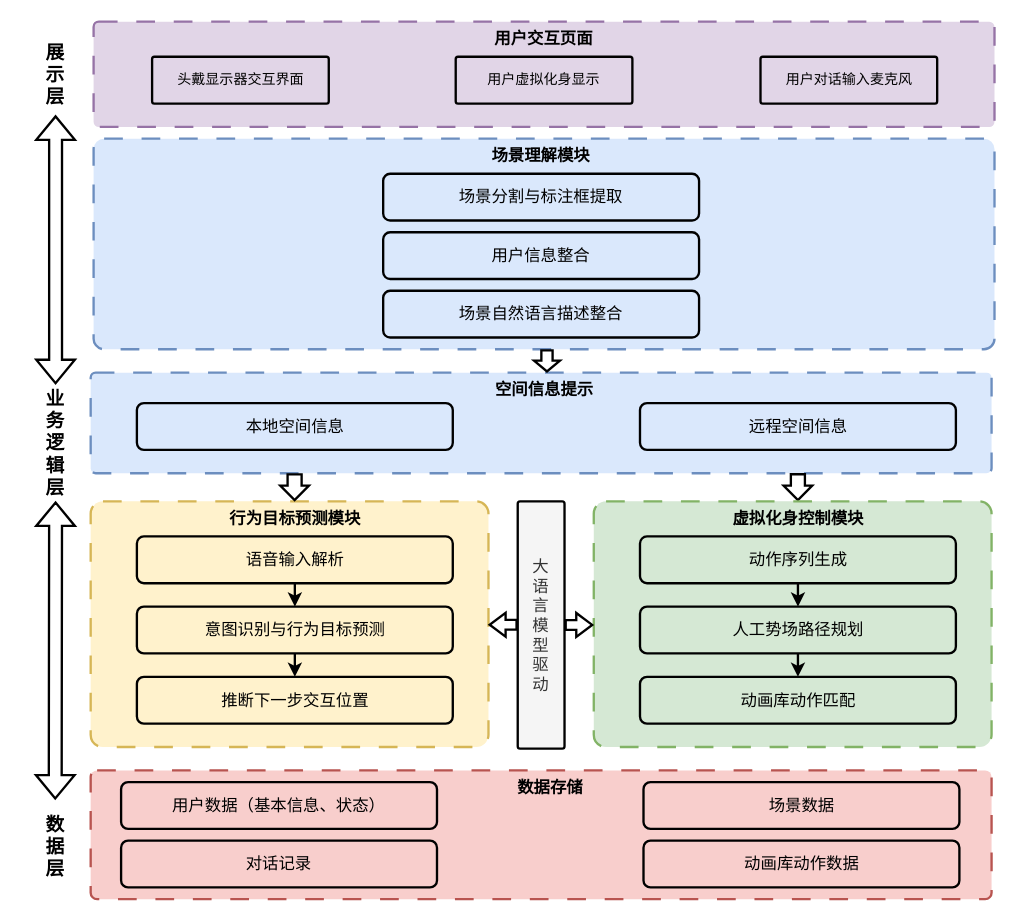
Before: 系统设计图.drawio in Rinco1018/project_test, a draw.io diagram. Source tidied: cells renumbered, new cells numbered last; positions are measured from the earlier drawing's top-left corner, leaving out a move shared by most shapes. Both pictures are drawn from the tidied source at 117%, with x=0, y=0 at pixel (20, 21).
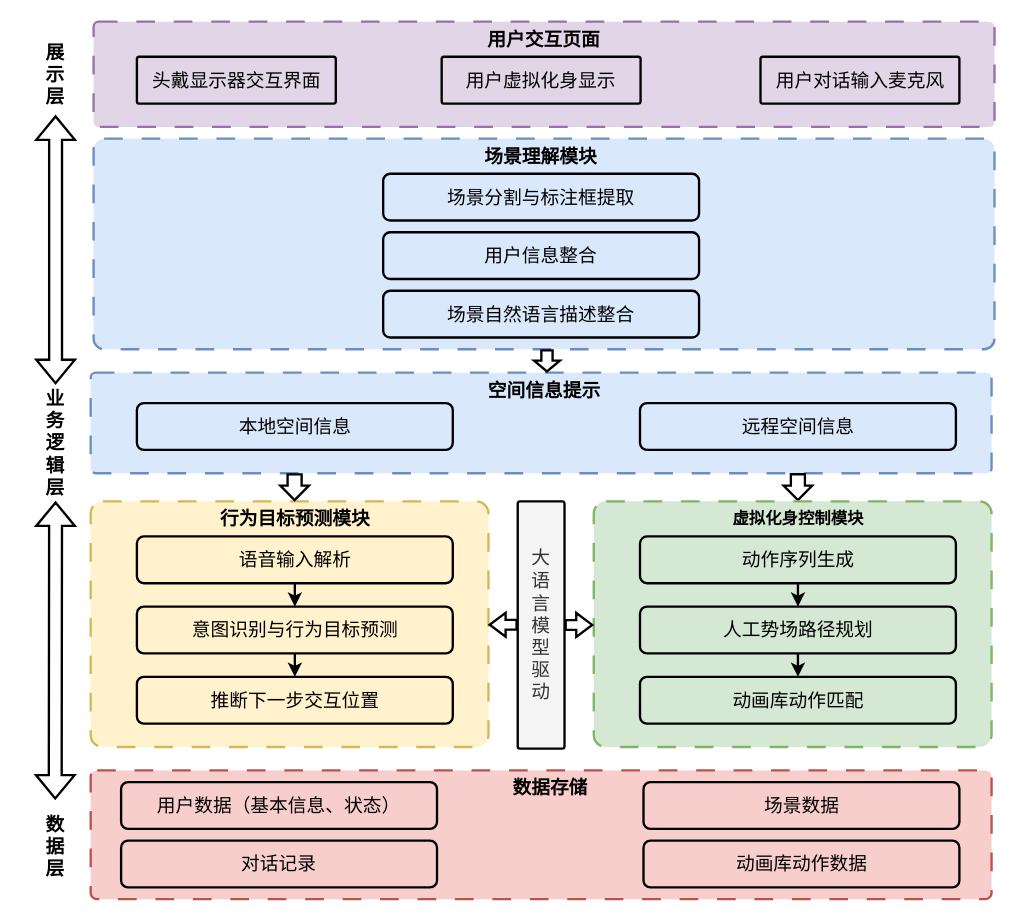
The same page after the edit.

Commit message:
更新系统设计图.drawio

The edit, as a diff of the source:
```diff
@@
-    <mxCell id="4" value="&lt;span style=&quot;font-size: 14px;&quot;&gt;&lt;font face=&quot;黑体&quot;&gt;大&lt;/font&gt;&lt;/span&gt;&lt;div&gt;&lt;span style=&quot;font-size: 14px;&quot;&gt;&lt;font face=&quot;黑体&quot;&gt;语&lt;/font&gt;&lt;/span&gt;&lt;/div&gt;&lt;div&gt;&lt;span style=&quot;font-size: 14px;&quot;&gt;&lt;font face=&quot;黑体&quot;&gt;言&lt;/font&gt;&lt;/span&gt;&lt;/div&gt;&lt;div&gt;&lt;span style=&quot;font-size: 14px;&quot;&gt;&lt;font face=&quot;黑体&quot;&gt;模&lt;/font&gt;&lt;/span&gt;&lt;/div&gt;&lt;div&gt;&lt;span style=&quot;font-size: 14px;&quot;&gt;&lt;font face=&quot;黑体&quot;&gt;型&lt;/font&gt;&lt;/span&gt;&lt;/div&gt;&lt;div&gt;&lt;span style=&quot;font-size: 14px;&quot;&gt;&lt;font face=&quot;黑体&quot;&gt;驱&lt;/font&gt;&lt;/span&gt;&lt;/div&gt;&lt;div&gt;&lt;span style=&quot;font-size: 14px;&quot;&gt;&lt;font face=&quot;黑体&quot;&gt;动&lt;/font&gt;&lt;/span&gt;&lt;/div&gt;" style="rounded=1;arcSize=5;whiteSpace=wrap;html=1;horizontal=1;strokeWidth=2;fillColor=#f5f5f5;fontColor=#333333;strokeColor=default;" parent="1" vertex="1">
+    <mxCell id="4" value="&lt;font style=&quot;font-size: 16px;&quot; face=&quot;黑体&quot;&gt;大&lt;/font&gt;&lt;div&gt;&lt;font style=&quot;font-size: 16px;&quot; face=&quot;黑体&quot;&gt;语&lt;/font&gt;&lt;/div&gt;&lt;div&gt;&lt;font style=&quot;font-size: 16px;&quot; face=&quot;黑体&quot;&gt;言&lt;/font&gt;&lt;/div&gt;&lt;div&gt;&lt;font style=&quot;font-size: 16px;&quot; face=&quot;黑体&quot;&gt;模&lt;/font&gt;&lt;/div&gt;&lt;div&gt;&lt;font style=&quot;font-size: 16px;&quot; face=&quot;黑体&quot;&gt;型&lt;/font&gt;&lt;/div&gt;&lt;div&gt;&lt;font style=&quot;font-size: 16px;&quot; face=&quot;黑体&quot;&gt;驱&lt;/font&gt;&lt;/div&gt;&lt;div&gt;&lt;font style=&quot;font-size: 16px;&quot; face=&quot;黑体&quot;&gt;动&lt;/font&gt;&lt;/div&gt;" style="rounded=1;arcSize=5;whiteSpace=wrap;html=1;horizontal=1;strokeWidth=2;fillColor=#f5f5f5;fontColor=#333333;strokeColor=default;" parent="1" vertex="1">
       <mxGeometry x="425" y="410" width="40" height="211.3" as="geometry" />
     </mxCell>
@@
-    <mxCell id="6" value="&lt;b&gt;&lt;font face=&quot;黑体&quot; style=&quot;font-size: 14px;&quot;&gt;用户交互页面&lt;/font&gt;&lt;/b&gt;" style="text;html=1;align=center;verticalAlign=middle;whiteSpace=wrap;rounded=0;strokeWidth=2;" parent="1" vertex="1">
+    <mxCell id="6" value="&lt;b&gt;&lt;font face=&quot;黑体&quot; style=&quot;font-size: 16px;&quot;&gt;用户交互页面&lt;/font&gt;&lt;/b&gt;" style="text;html=1;align=center;verticalAlign=middle;whiteSpace=wrap;rounded=0;strokeWidth=2;" parent="1" vertex="1">
       <mxGeometry x="390" width="115" height="30" as="geometry" />
     </mxCell>
-    <mxCell id="7" value="&lt;font face=&quot;黑体&quot;&gt;头戴显示器交互界面&lt;/font&gt;" style="rounded=1;arcSize=5;whiteSpace=wrap;html=1;fillColor=none;strokeWidth=2;" parent="1" vertex="1">
-      <mxGeometry x="112.5" y="30" width="151" height="40" as="geometry" />
+    <mxCell id="7" value="&lt;font style=&quot;font-size: 16px;&quot; face=&quot;黑体&quot;&gt;头戴显示器交互界面&lt;/font&gt;" style="rounded=1;arcSize=5;whiteSpace=wrap;html=1;fillColor=none;strokeWidth=2;" parent="1" vertex="1">
+      <mxGeometry x="99.5" y="30" width="170" height="40" as="geometry" />
     </mxCell>
-    <mxCell id="8" value="&lt;font face=&quot;黑体&quot;&gt;用户虚拟化身显示&lt;/font&gt;" style="rounded=1;arcSize=5;whiteSpace=wrap;html=1;fillColor=none;strokeWidth=2;" parent="1" vertex="1">
-      <mxGeometry x="372" y="30" width="151" height="40" as="geometry" />
+    <mxCell id="8" value="&lt;font style=&quot;font-size: 16px;&quot; face=&quot;黑体&quot;&gt;用户虚拟化身显示&lt;/font&gt;" style="rounded=1;arcSize=5;whiteSpace=wrap;html=1;fillColor=none;strokeWidth=2;" parent="1" vertex="1">
+      <mxGeometry x="360" y="30" width="170" height="40" as="geometry" />
     </mxCell>
-    <mxCell id="9" value="&lt;font face=&quot;黑体&quot;&gt;用户对话输入麦克风&lt;/font&gt;" style="rounded=1;arcSize=5;whiteSpace=wrap;html=1;fillColor=none;strokeWidth=2;" parent="1" vertex="1">
-      <mxGeometry x="632.5" y="30" width="151" height="40" as="geometry" />
+    <mxCell id="9" value="&lt;font style=&quot;font-size: 16px;&quot; face=&quot;黑体&quot;&gt;用户对话输入麦克风&lt;/font&gt;" style="rounded=1;arcSize=5;whiteSpace=wrap;html=1;fillColor=none;strokeWidth=2;" parent="1" vertex="1">
+      <mxGeometry x="632.5" y="30" width="170" height="40" as="geometry" />
     </mxCell>
@@
-    <mxCell id="11" value="&lt;font face=&quot;黑体&quot; style=&quot;font-size: 14px;&quot;&gt;场景分割与标注框提取&lt;/font&gt;" style="rounded=1;whiteSpace=wrap;html=1;fillColor=none;strokeWidth=2;" parent="1" vertex="1">
+    <mxCell id="11" value="&lt;font face=&quot;黑体&quot; style=&quot;font-size: 16px;&quot;&gt;场景分割与标注框提取&lt;/font&gt;" style="rounded=1;whiteSpace=wrap;html=1;fillColor=none;strokeWidth=2;" parent="1" vertex="1">
       <mxGeometry x="310" y="130" width="270" height="40" as="geometry" />
     </mxCell>
-    <mxCell id="12" value="&lt;font face=&quot;黑体&quot; style=&quot;font-size: 14px;&quot;&gt;&lt;b&gt;场景理解模块&lt;/b&gt;&lt;/font&gt;" style="text;html=1;align=center;verticalAlign=middle;whiteSpace=wrap;rounded=0;strokeWidth=2;" parent="1" vertex="1">
+    <mxCell id="12" value="&lt;font face=&quot;黑体&quot; style=&quot;font-size: 16px;&quot;&gt;&lt;b style=&quot;&quot;&gt;场景理解模块&lt;/b&gt;&lt;/font&gt;" style="text;html=1;align=center;verticalAlign=middle;whiteSpace=wrap;rounded=0;strokeWidth=2;" parent="1" vertex="1">
       <mxGeometry x="385" y="100" width="120" height="30" as="geometry" />
     </mxCell>
-    <mxCell id="13" value="&lt;font face=&quot;黑体&quot; style=&quot;font-size: 14px;&quot;&gt;用户信息整合&lt;/font&gt;" style="rounded=1;whiteSpace=wrap;html=1;fillColor=none;strokeWidth=2;" parent="1" vertex="1">
+    <mxCell id="13" value="&lt;font face=&quot;黑体&quot; style=&quot;font-size: 16px;&quot;&gt;用户信息整合&lt;/font&gt;" style="rounded=1;whiteSpace=wrap;html=1;fillColor=none;strokeWidth=2;" parent="1" vertex="1">
       <mxGeometry x="310" y="180" width="270" height="40" as="geometry" />
     </mxCell>
-    <mxCell id="14" value="&lt;span style=&quot;font-size: 14px;&quot;&gt;&lt;font face=&quot;黑体&quot;&gt;场景自然语言描述整合&lt;/font&gt;&lt;/span&gt;" style="rounded=1;whiteSpace=wrap;html=1;fillColor=none;strokeWidth=2;" parent="1" vertex="1">
+    <mxCell id="14" value="&lt;font style=&quot;font-size: 16px;&quot; face=&quot;黑体&quot;&gt;场景自然语言描述整合&lt;/font&gt;" style="rounded=1;whiteSpace=wrap;html=1;fillColor=none;strokeWidth=2;" parent="1" vertex="1">
       <mxGeometry x="310" y="230" width="270" height="40" as="geometry" />
     </mxCell>
@@
-    <mxCell id="16" value="&lt;font style=&quot;font-size: 14px;&quot;&gt;本地空间信息&lt;/font&gt;" style="rounded=1;whiteSpace=wrap;html=1;fillColor=none;strokeWidth=2;" parent="1" vertex="1">
+    <mxCell id="16" value="&lt;font style=&quot;font-size: 16px;&quot;&gt;本地空间信息&lt;/font&gt;" style="rounded=1;whiteSpace=wrap;html=1;fillColor=none;strokeWidth=2;" parent="1" vertex="1">
       <mxGeometry x="99.5" y="326" width="270" height="40" as="geometry" />
     </mxCell>
-    <mxCell id="17" value="&lt;font face=&quot;黑体&quot; style=&quot;font-size: 14px;&quot;&gt;远程空间信息&lt;/font&gt;" style="rounded=1;whiteSpace=wrap;html=1;fillColor=none;strokeWidth=2;" parent="1" vertex="1">
+    <mxCell id="17" value="&lt;font face=&quot;黑体&quot; style=&quot;font-size: 16px;&quot;&gt;远程空间信息&lt;/font&gt;" style="rounded=1;whiteSpace=wrap;html=1;fillColor=none;strokeWidth=2;" parent="1" vertex="1">
       <mxGeometry x="529.5" y="326" width="270" height="40" as="geometry" />
     </mxCell>
-    <mxCell id="18" value="&lt;span style=&quot;font-size: 14px;&quot;&gt;&lt;b&gt;&lt;font face=&quot;黑体&quot;&gt;空间信息提示&lt;/font&gt;&lt;/b&gt;&lt;/span&gt;" style="text;html=1;align=center;verticalAlign=middle;whiteSpace=wrap;rounded=0;strokeWidth=2;" parent="1" vertex="1">
+    <mxCell id="18" value="&lt;b style=&quot;&quot;&gt;&lt;font style=&quot;font-size: 16px;&quot; face=&quot;黑体&quot;&gt;空间信息提示&lt;/font&gt;&lt;/b&gt;" style="text;html=1;align=center;verticalAlign=middle;whiteSpace=wrap;rounded=0;strokeWidth=2;" parent="1" vertex="1">
       <mxGeometry x="387.5" y="300" width="120" height="30" as="geometry" />
     </mxCell>
-    <mxCell id="19" value="&lt;font style=&quot;font-size: 14px;&quot;&gt;语音输入解析&lt;/font&gt;" style="rounded=1;whiteSpace=wrap;html=1;fillColor=none;strokeWidth=2;" parent="1" vertex="1">
+    <mxCell id="19" value="&lt;font style=&quot;font-size: 16px;&quot;&gt;语音输入解析&lt;/font&gt;" style="rounded=1;whiteSpace=wrap;html=1;fillColor=none;strokeWidth=2;" parent="1" vertex="1">
       <mxGeometry x="99.5" y="440" width="270" height="40" as="geometry" />
     </mxCell>
-    <mxCell id="20" value="&lt;span style=&quot;font-size: 14px;&quot;&gt;&lt;font face=&quot;黑体&quot;&gt;意图识别与行为目标预测&lt;/font&gt;&lt;/span&gt;" style="rounded=1;whiteSpace=wrap;html=1;fillColor=none;strokeWidth=2;" parent="1" vertex="1">
+    <mxCell id="20" value="&lt;font style=&quot;font-size: 16px;&quot; face=&quot;黑体&quot;&gt;意图识别与行为目标预测&lt;/font&gt;" style="rounded=1;whiteSpace=wrap;html=1;fillColor=none;strokeWidth=2;" parent="1" vertex="1">
       <mxGeometry x="99.5" y="500" width="270" height="40" as="geometry" />
     </mxCell>
-    <mxCell id="21" value="&lt;span style=&quot;font-size: 14px;&quot;&gt;&lt;font face=&quot;黑体&quot;&gt;推断下一步交互位置&lt;/font&gt;&lt;/span&gt;" style="rounded=1;whiteSpace=wrap;html=1;fillColor=none;strokeWidth=2;" parent="1" vertex="1">
+    <mxCell id="21" value="&lt;font style=&quot;font-size: 16px;&quot; face=&quot;黑体&quot;&gt;推断下一步交互位置&lt;/font&gt;" style="rounded=1;whiteSpace=wrap;html=1;fillColor=none;strokeWidth=2;" parent="1" vertex="1">
       <mxGeometry x="99.5" y="560" width="270" height="40" as="geometry" />
     </mxCell>
@@
-    <mxCell id="24" value="&lt;span style=&quot;font-size: 14px;&quot;&gt;&lt;b&gt;&lt;font face=&quot;黑体&quot;&gt;行为目标预测模块&lt;/font&gt;&lt;/b&gt;&lt;/span&gt;" style="text;html=1;align=center;verticalAlign=middle;whiteSpace=wrap;rounded=0;strokeWidth=2;" parent="1" vertex="1">
-      <mxGeometry x="174.5" y="410" width="120" height="30" as="geometry" />
+    <mxCell id="24" value="&lt;b style=&quot;&quot;&gt;&lt;font style=&quot;font-size: 16px;&quot; face=&quot;黑体&quot;&gt;行为目标预测模块&lt;/font&gt;&lt;/b&gt;" style="text;html=1;align=center;verticalAlign=middle;whiteSpace=wrap;rounded=0;strokeWidth=2;" parent="1" vertex="1">
+      <mxGeometry x="161.8" y="410" width="145.5" height="30" as="geometry" />
     </mxCell>
@@
-    <mxCell id="26" value="&lt;font face=&quot;黑体&quot; style=&quot;font-size: 14px;&quot;&gt;动作序列生成&lt;/font&gt;" style="rounded=1;whiteSpace=wrap;html=1;fillColor=none;strokeWidth=2;" parent="1" vertex="1">
+    <mxCell id="26" value="&lt;font face=&quot;黑体&quot; style=&quot;font-size: 16px;&quot;&gt;动作序列生成&lt;/font&gt;" style="rounded=1;whiteSpace=wrap;html=1;fillColor=none;strokeWidth=2;" parent="1" vertex="1">
       <mxGeometry x="529.5" y="440" width="270" height="40" as="geometry" />
     </mxCell>
-    <mxCell id="27" value="&lt;span style=&quot;font-size: 14px;&quot;&gt;&lt;font face=&quot;黑体&quot;&gt;人工势场路径规划&lt;/font&gt;&lt;/span&gt;" style="rounded=1;whiteSpace=wrap;html=1;fillColor=none;strokeWidth=2;" parent="1" vertex="1">
+    <mxCell id="27" value="&lt;font style=&quot;font-size: 16px;&quot; face=&quot;黑体&quot;&gt;人工势场路径规划&lt;/font&gt;" style="rounded=1;whiteSpace=wrap;html=1;fillColor=none;strokeWidth=2;" parent="1" vertex="1">
       <mxGeometry x="529.5" y="500" width="270" height="40" as="geometry" />
     </mxCell>
-    <mxCell id="28" value="&lt;span style=&quot;font-size: 14px;&quot;&gt;&lt;font face=&quot;黑体&quot;&gt;动画库动作匹配&lt;/font&gt;&lt;/span&gt;" style="rounded=1;whiteSpace=wrap;html=1;fillColor=none;strokeWidth=2;" parent="1" vertex="1">
+    <mxCell id="28" value="&lt;font style=&quot;font-size: 16px;&quot; face=&quot;黑体&quot;&gt;动画库动作匹配&lt;/font&gt;" style="rounded=1;whiteSpace=wrap;html=1;fillColor=none;strokeWidth=2;" parent="1" vertex="1">
       <mxGeometry x="529.5" y="560" width="270" height="40" as="geometry" />
     </mxCell>
@@
-    <mxCell id="37" value="&lt;span style=&quot;font-size: 14px;&quot;&gt;&lt;font face=&quot;黑体&quot;&gt;用户数据（基本信息、状态）&lt;/font&gt;&lt;/span&gt;" style="rounded=1;whiteSpace=wrap;html=1;strokeWidth=2;fillColor=none;" parent="1" vertex="1">
+    <mxCell id="37" value="&lt;font style=&quot;font-size: 16px;&quot; face=&quot;黑体&quot;&gt;用户数据（基本信息、状态）&lt;/font&gt;" style="rounded=1;whiteSpace=wrap;html=1;strokeWidth=2;fillColor=none;" parent="1" vertex="1">
       <mxGeometry x="86" y="650" width="270" height="40" as="geometry" />
     </mxCell>
-    <mxCell id="38" value="&lt;span style=&quot;font-size: 14px;&quot;&gt;&lt;font face=&quot;黑体&quot;&gt;对话记录&lt;/font&gt;&lt;/span&gt;" style="rounded=1;whiteSpace=wrap;html=1;strokeWidth=2;fillColor=none;" parent="1" vertex="1">
+    <mxCell id="38" value="&lt;font style=&quot;font-size: 16px;&quot; face=&quot;黑体&quot;&gt;对话记录&lt;/font&gt;" style="rounded=1;whiteSpace=wrap;html=1;strokeWidth=2;fillColor=none;" parent="1" vertex="1">
       <mxGeometry x="86" y="700" width="270" height="40" as="geometry" />
     </mxCell>
-    <mxCell id="39" value="&lt;span style=&quot;font-size: 14px;&quot;&gt;&lt;font face=&quot;黑体&quot;&gt;场景数据&lt;/font&gt;&lt;/span&gt;" style="rounded=1;whiteSpace=wrap;html=1;strokeWidth=2;fillColor=none;" parent="1" vertex="1">
+    <mxCell id="39" value="&lt;font style=&quot;font-size: 16px;&quot; face=&quot;黑体&quot;&gt;场景数据&lt;/font&gt;" style="rounded=1;whiteSpace=wrap;html=1;strokeWidth=2;fillColor=none;" parent="1" vertex="1">
       <mxGeometry x="532.5" y="650" width="270" height="40" as="geometry" />
     </mxCell>
-    <mxCell id="40" value="&lt;span style=&quot;font-size: 14px;&quot;&gt;&lt;font face=&quot;黑体&quot;&gt;动画库动作数据&lt;/font&gt;&lt;/span&gt;" style="rounded=1;whiteSpace=wrap;html=1;strokeWidth=2;fillColor=none;" parent="1" vertex="1">
+    <mxCell id="40" value="&lt;font style=&quot;font-size: 16px;&quot; face=&quot;黑体&quot;&gt;动画库动作数据&lt;/font&gt;" style="rounded=1;whiteSpace=wrap;html=1;strokeWidth=2;fillColor=none;" parent="1" vertex="1">
       <mxGeometry x="532.5" y="700" width="270" height="40" as="geometry" />
     </mxCell>
-    <mxCell id="41" value="&lt;span style=&quot;font-size: 14px;&quot;&gt;&lt;b&gt;&lt;font face=&quot;黑体&quot;&gt;数据存储&lt;/font&gt;&lt;/b&gt;&lt;/span&gt;" style="text;html=1;align=center;verticalAlign=middle;whiteSpace=wrap;rounded=0;strokeWidth=2;" parent="1" vertex="1">
+    <mxCell id="41" value="&lt;b style=&quot;&quot;&gt;&lt;font style=&quot;font-size: 16px;&quot; face=&quot;黑体&quot;&gt;数据存储&lt;/font&gt;&lt;/b&gt;" style="text;html=1;align=center;verticalAlign=middle;whiteSpace=wrap;rounded=0;strokeWidth=2;" parent="1" vertex="1">
       <mxGeometry x="393" y="640" width="120" height="30" as="geometry" />
     </mxCell>
```
